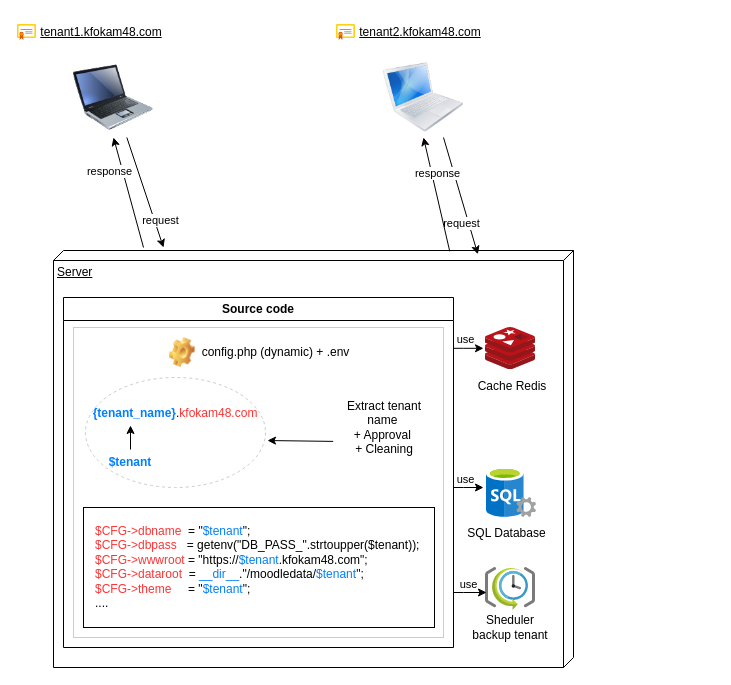
sngdtechnologies/Calculatrice keeps this draw.io diagram as Diagramme sans nom.drawio. Above is the earlier version. Source tidied: cells renumbered, new cells numbered last; positions are measured from the earlier drawing's top-left corner, leaving out a move shared by most shapes. Both pictures are drawn from the tidied source at 100%, with x=0, y=0 at pixel (17, 17).
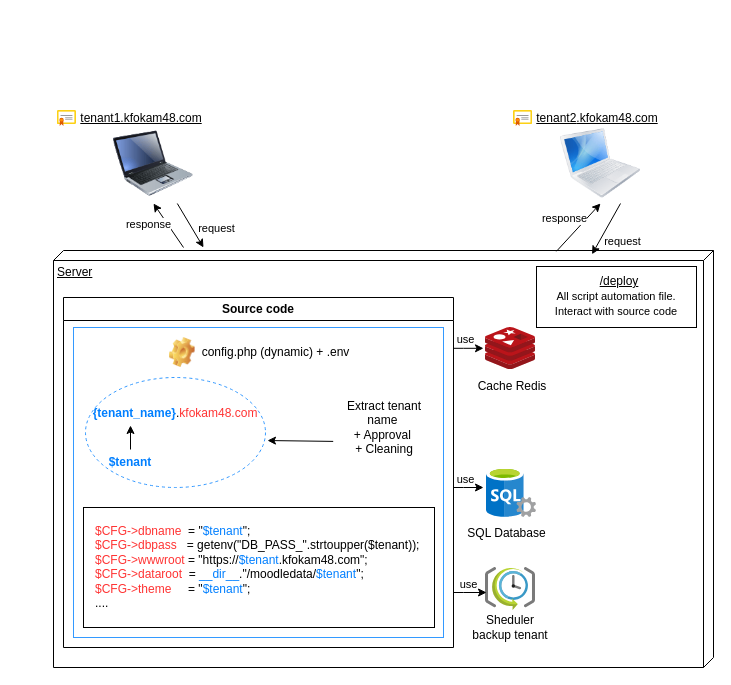
After the change.

Commit message:
Mettre à jour Diagramme sans nom.drawio

The change refers to these unchanged cells:
```xml
<mxCell id="23" style="endArrow=classic;html=1;rounded=0;exitX=0.75;exitY=1;exitDx=0;exitDy=0;entryX=0.009;entryY=0.184;entryDx=0;entryDy=0;entryPerimeter=0;" parent="1" edge="1" source="3" target="6">
  <mxGeometry relative="1" as="geometry" />
</mxCell>
<mxCell id="25" style="endArrow=classic;html=1;rounded=0;entryX=0.5;entryY=1;entryDx=0;entryDy=0;exitX=0.002;exitY=0.238;exitDx=0;exitDy=0;exitPerimeter=0;" parent="1" edge="1" source="6" target="3">
  <mxGeometry relative="1" as="geometry" />
</mxCell>
```

Diff of the diagram source:
```diff
@@
     <mxCell id="2" style="image;html=1;image=img/lib/clip_art/computers/Laptop_128x128.png;" parent="1" vertex="1">
-      <mxGeometry x="56" y="40" width="80" height="80" as="geometry" />
+      <mxGeometry x="96" y="106" width="80" height="80" as="geometry" />
     </mxCell>
     <mxCell id="3" style="image;html=1;image=img/lib/clip_art/computers/MacBook_128x128.png;" parent="1" vertex="1">
-      <mxGeometry x="366" y="40" width="80" height="80" as="geometry" />
+      <mxGeometry x="543" y="106" width="80" height="80" as="geometry" />
     </mxCell>
     <mxCell id="4" value="&lt;u&gt;tenant1.kfokam48.com&lt;/u&gt;" style="text;html=1;align=center;verticalAlign=middle;whiteSpace=wrap;rounded=0;" parent="1" vertex="1">
-      <mxGeometry x="19" width="130" height="30" as="geometry" />
+      <mxGeometry x="59" y="86" width="130" height="30" as="geometry" />
     </mxCell>
     <mxCell id="5" value="&lt;u&gt;tenant2&lt;span style=&quot;background-color: transparent; color: light-dark(rgb(0, 0, 0), rgb(255, 255, 255));&quot;&gt;.kfokam48.com&lt;/span&gt;&lt;/u&gt;" style="text;html=1;align=center;verticalAlign=middle;whiteSpace=wrap;rounded=0;" parent="1" vertex="1">
-      <mxGeometry x="338" width="130" height="30" as="geometry" />
+      <mxGeometry x="515" y="86" width="130" height="30" as="geometry" />
     </mxCell>
     <mxCell id="6" value="Server" style="verticalAlign=top;align=left;spacingTop=8;spacingLeft=2;spacingRight=12;shape=cube;size=10;direction=south;fontStyle=4;html=1;whiteSpace=wrap;" parent="1" vertex="1">
-      <mxGeometry x="36" y="233" width="520" height="417" as="geometry" />
+      <mxGeometry x="36" y="233" width="660" height="417" as="geometry" />
     </mxCell>
@@
-    <mxCell id="8" style="rounded=0;whiteSpace=wrap;html=1;strokeColor=#CCCCCC;" parent="1" vertex="1">
+    <mxCell id="8" style="rounded=0;whiteSpace=wrap;html=1;strokeColor=#3399FF;" parent="1" vertex="1">
       <mxGeometry x="56" y="310" width="370" height="310" as="geometry" />
     </mxCell>
@@
-    <mxCell id="11" style="ellipse;whiteSpace=wrap;html=1;dashed=1;strokeColor=#CCCCCC;" parent="1" vertex="1">
+    <mxCell id="11" style="ellipse;whiteSpace=wrap;html=1;dashed=1;strokeColor=#3399FF;" parent="1" vertex="1">
       <mxGeometry x="68" y="360" width="180" height="110" as="geometry" />
     </mxCell>
@@
     <mxCell id="19" style="endArrow=classic;html=1;rounded=0;" parent="1" edge="1" source="2">
       <mxGeometry relative="1" as="geometry">
-        <mxPoint x="146" y="230" as="targetPoint" />
+        <mxPoint x="186" y="230" as="targetPoint" />
       </mxGeometry>
     </mxCell>
     <mxCell id="20" value="request" style="edgeLabel;html=1;align=center;verticalAlign=middle;" parent="19" vertex="1">
       <mxGeometry relative="1" as="geometry">
-        <mxPoint x="15" y="27" as="offset" />
+        <mxPoint x="25" y="2" as="offset" />
       </mxGeometry>
     </mxCell>
     <mxCell id="21" style="endArrow=classic;html=1;rounded=0;entryX=0.5;entryY=1;entryDx=0;entryDy=0;" parent="1" edge="1" target="2">
       <mxGeometry relative="1" as="geometry">
-        <mxPoint x="126" y="230" as="sourcePoint" />
+        <mxPoint x="166" y="230" as="sourcePoint" />
       </mxGeometry>
     </mxCell>
     <mxCell id="22" value="response" style="edgeLabel;html=1;align=center;verticalAlign=middle;" parent="21" vertex="1">
       <mxGeometry relative="1" as="geometry">
-        <mxPoint x="-20" y="-22" as="offset" />
+        <mxPoint x="-20" y="-1" as="offset" />
       </mxGeometry>
     </mxCell>
@@
     <mxCell id="24" value="request" style="edgeLabel;html=1;align=center;verticalAlign=middle;" parent="23" vertex="1">
       <mxGeometry relative="1" as="geometry">
-        <mxPoint y="27" as="offset" />
+        <mxPoint x="16" y="12" as="offset" />
       </mxGeometry>
     </mxCell>
@@
     <mxCell id="26" value="response" style="edgeLabel;html=1;align=center;verticalAlign=middle;" parent="25" vertex="1">
       <mxGeometry relative="1" as="geometry">
-        <mxPoint y="-22" as="offset" />
+        <mxPoint x="-15" y="-9" as="offset" />
       </mxGeometry>
     </mxCell>
     <mxCell id="27" style="image;sketch=0;html=1;align=center;fontSize=12;image=img/lib/mscae/Certificate.svg;" parent="1" vertex="1">
-      <mxGeometry x="-0.1" y="7" width="19.1" height="16" as="geometry" />
+      <mxGeometry x="39.9" y="93" width="19.1" height="16" as="geometry" />
     </mxCell>
     <mxCell id="28" style="image;sketch=0;html=1;align=center;fontSize=12;image=img/lib/mscae/Certificate.svg;" parent="1" vertex="1">
-      <mxGeometry x="318.9" y="7" width="19.1" height="16" as="geometry" />
+      <mxGeometry x="496" y="93" width="19.1" height="16" as="geometry" />
     </mxCell>
@@
+    <mxCell id="41" style="rounded=0;whiteSpace=wrap;html=1;" parent="1" vertex="1">
+      <mxGeometry x="519" y="249" width="160" height="61" as="geometry" />
+    </mxCell>
+    <mxCell id="42" value="&lt;u&gt;/deploy&lt;/u&gt;" style="text;html=1;align=center;verticalAlign=middle;whiteSpace=wrap;rounded=0;" parent="1" vertex="1">
+      <mxGeometry x="571.7" y="254" width="60" height="20" as="geometry" />
+    </mxCell>
+    <mxCell id="43" value="&lt;span style=&quot;font-size: 11px; text-wrap-mode: nowrap; background-color: rgb(255, 255, 255);&quot;&gt;All script automation file.&lt;/span&gt;&lt;div&gt;&lt;span style=&quot;font-size: 11px; text-wrap-mode: nowrap; background-color: rgb(255, 255, 255);&quot;&gt;Interact with source code&lt;/span&gt;&lt;/div&gt;" style="text;html=1;align=center;verticalAlign=middle;whiteSpace=wrap;rounded=0;" parent="1" vertex="1">
+      <mxGeometry x="536" y="276" width="126" height="20" as="geometry" />
+    </mxCell>
```
